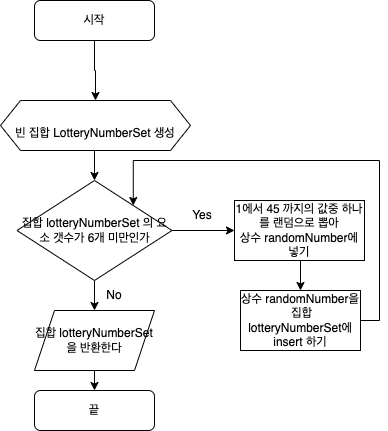
yagom-academy/swift-starter-Round2 keeps this draw.io diagram as CodeStarterCamp_Week2/Step1_순서도.png. Above is the earlier version. Source tidied: cells renumbered, new cells last; positions are measured from the earlier drawing's top-left corner, leaving out a move shared by most shapes.
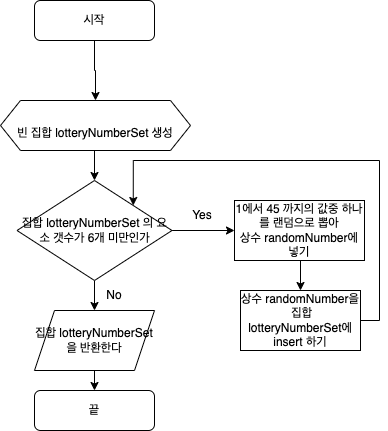
The same diagram one commit later.

What changed in the source:
```diff
@@ -14,7 +14,7 @@
     <mxCell id="5" style="edgeStyle=orthogonalEdgeStyle;rounded=0;jettySize=auto;html=1;exitX=0.5;exitY=1;exitDx=0;exitDy=0;entryX=0.5;entryY=0;entryDx=0;entryDy=0;" parent="1" edge="1" source="6" target="9">
       <mxGeometry relative="1" as="geometry" />
     </mxCell>
-    <mxCell id="6" value="&lt;br&gt;빈 집합 LotteryNumberSet 생성" style="shape=hexagon;perimeter=hexagonPerimeter2;whiteSpace=wrap;html=1;fixedSize=1;" parent="1" vertex="1">
+    <mxCell id="6" value="&lt;br&gt;빈 집합 lotteryNumberSet 생성" style="shape=hexagon;perimeter=hexagonPerimeter2;whiteSpace=wrap;html=1;fixedSize=1;" parent="1" vertex="1">
       <mxGeometry y="100" width="190" height="50" as="geometry" />
     </mxCell>
     <mxCell id="7" style="edgeStyle=orthogonalEdgeStyle;rounded=0;jettySize=auto;html=1;exitX=0.5;exitY=1;exitDx=0;exitDy=0;" parent="1" edge="1" source="9" target="11">
```
